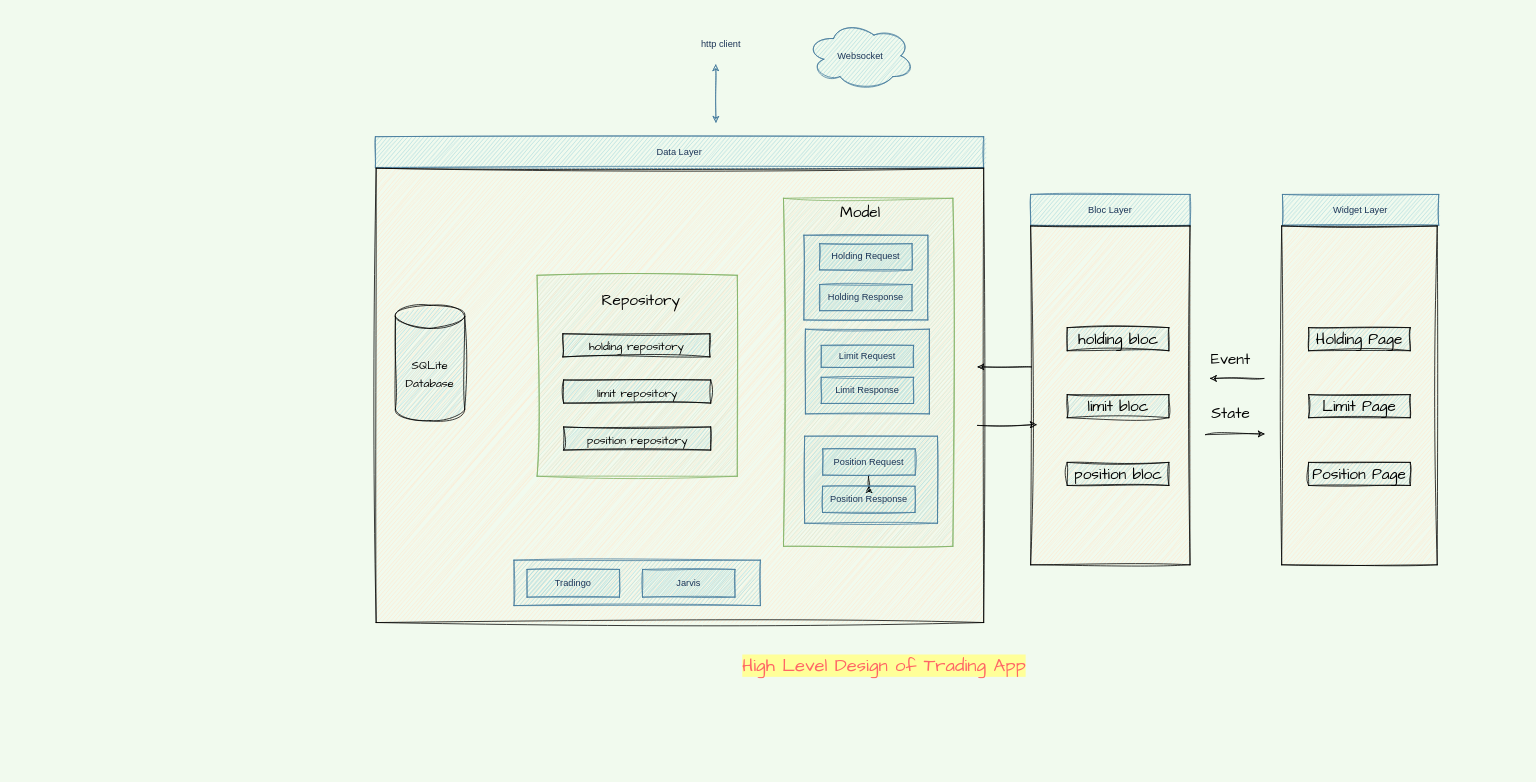
This is Diagram/Untitled Diagram.drawio from dheeraj-bhadoria/HLD-Trading-App, a draw.io file, before an edit. Source tidied: cells renumbered, new cells numbered last; positions are measured from the earlier drawing's top-left corner, leaving out a move shared by most shapes. Both pictures are drawn from the tidied source at 77%, with x=0, y=0 at pixel (336, 13).
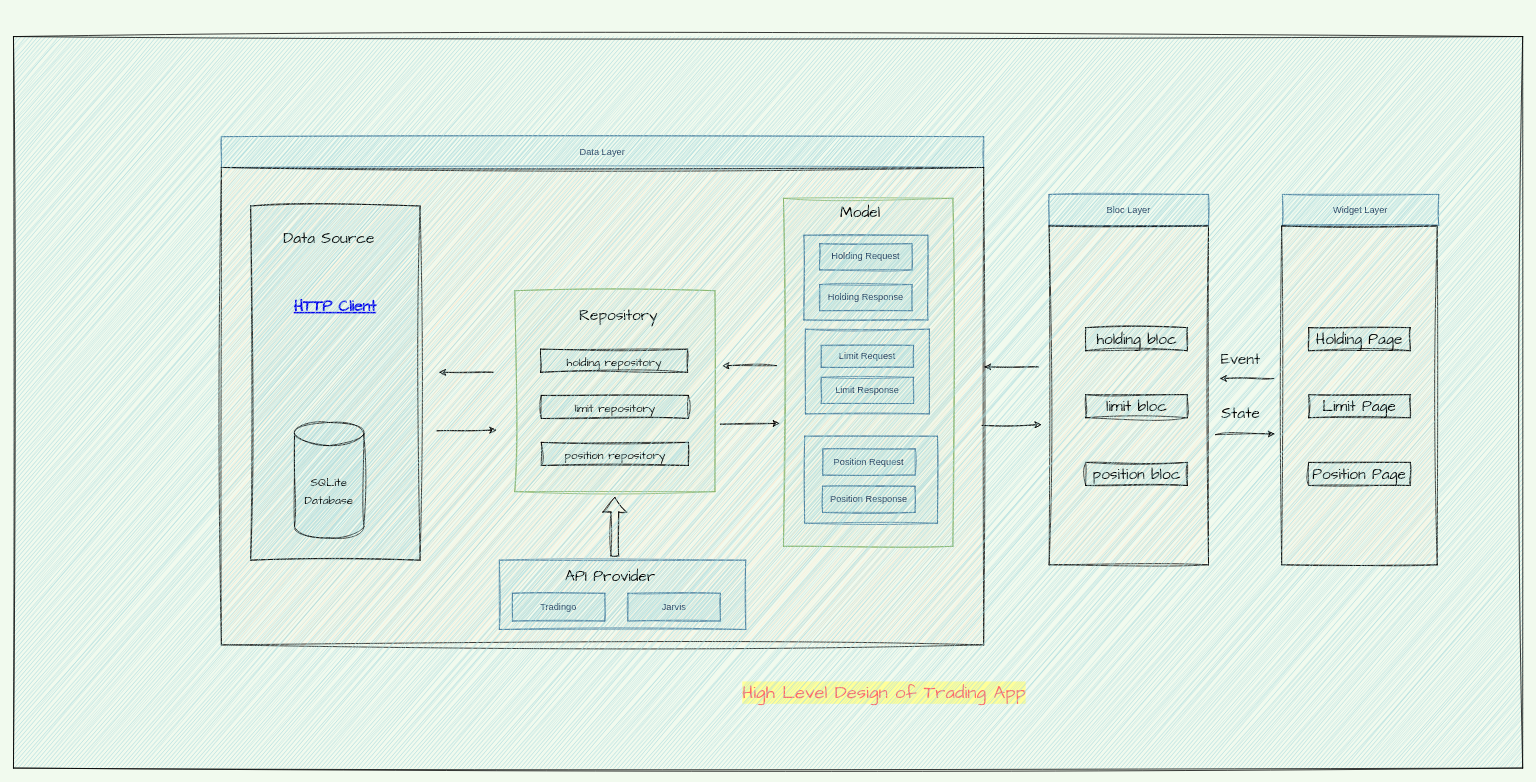
After the change.

Unchanged cells that the change refers to:
```xml
<mxCell id="38" value="Position Request " style="rounded=0;whiteSpace=wrap;html=1;fillColor=#A8DADC;strokeColor=#457B9D;fontColor=#1D3557;sketch=1;" parent="1" vertex="1">
  <mxGeometry x="631" y="565.5" width="120" height="34" as="geometry" />
</mxCell>
<mxCell id="44" value="Position Response " style="rounded=0;whiteSpace=wrap;html=1;fillColor=#A8DADC;strokeColor=#457B9D;fontColor=#1D3557;sketch=1;" parent="1" vertex="1">
  <mxGeometry x="630.8" y="614" width="120" height="34" as="geometry" />
</mxCell>
```

The edit, as a diff of the source:
```diff
@@
-    <mxCell id="2" style="endArrow=classic;startArrow=classic;html=1;rounded=0;labelBackgroundColor=#F1FAEE;strokeColor=#457B9D;fontColor=#1D3557;sketch=1;exitX=0.5;exitY=1;exitDx=0;exitDy=0;entryX=0.522;entryY=-0.1;entryDx=0;entryDy=0;entryPerimeter=0;" parent="1" edge="1">
-      <mxGeometry relative="1" as="geometry">
-        <mxPoint x="492" y="66" as="sourcePoint" />
-        <mxPoint x="492.3" y="142" as="targetPoint" />
-      </mxGeometry>
-    </mxCell>
@@
-    <mxCell id="4" value="http client" style="rounded=0;whiteSpace=wrap;html=1;fillColor=none;strokeColor=none;fontColor=#1D3557;sketch=1;" parent="1" vertex="1">
-      <mxGeometry x="439" y="10" width="120" height="60" as="geometry" />
-    </mxCell>
-    <mxCell id="5" value="Websocket" style="ellipse;shape=cloud;whiteSpace=wrap;html=1;fillColor=#A8DADC;strokeColor=#457B9D;fontColor=#1D3557;rounded=0;sketch=1;" parent="1" vertex="1">
-      <mxGeometry x="610" y="10" width="140" height="90" as="geometry" />
-    </mxCell>
@@
     <mxCell id="7" value="High Level Design of Trading App" style="text;html=1;strokeColor=none;fillColor=none;align=center;verticalAlign=middle;whiteSpace=wrap;rounded=0;dashed=1;labelBackgroundColor=#FFFF99;sketch=1;hachureGap=4;fontFamily=Architects Daughter;fontSize=24;fontColor=#FF6666;" parent="1" vertex="1">
-      <mxGeometry x="482" y="832" width="458" height="30" as="geometry" />
+      <mxGeometry x="482" y="867" width="458" height="30" as="geometry" />
     </mxCell>
@@
     <mxCell id="9" value="Bloc Layer" style="rounded=0;whiteSpace=wrap;html=1;fillColor=#A8DADC;strokeColor=#457B9D;fontColor=#1D3557;sketch=1;" parent="1" vertex="1">
-      <mxGeometry x="901" y="235" width="207" height="40" as="geometry" />
+      <mxGeometry x="925" y="235" width="207" height="40" as="geometry" />
     </mxCell>
     <mxCell id="10" style="rounded=0;whiteSpace=wrap;html=1;sketch=1;hachureGap=4;jiggle=2;curveFitting=1;fontFamily=Architects Daughter;fontSize=20;fillColor=#FFE6CC;" parent="1" vertex="1">
-      <mxGeometry x="901" y="276" width="207" height="440" as="geometry" />
+      <mxGeometry x="925" y="276" width="207" height="440" as="geometry" />
     </mxCell>
     <mxCell id="11" value="Data Layer" style="rounded=0;whiteSpace=wrap;html=1;fillColor=#A8DADC;strokeColor=#457B9D;fontColor=#1D3557;sketch=1;" parent="1" vertex="1">
-      <mxGeometry x="50" y="160" width="790" height="40" as="geometry" />
+      <mxGeometry x="-150" y="160" width="990" height="40" as="geometry" />
     </mxCell>
     <mxCell id="12" style="rounded=0;whiteSpace=wrap;html=1;sketch=1;hachureGap=4;jiggle=2;curveFitting=1;fontFamily=Architects Daughter;fontSize=20;fillColor=#FFE6CC;" parent="1" vertex="1">
-      <mxGeometry x="51" y="201" width="789" height="590" as="geometry" />
+      <mxGeometry x="-150" y="200" width="990" height="620" as="geometry" />
     </mxCell>
     <mxCell id="13" style="rounded=0;whiteSpace=wrap;html=1;fillColor=#A8DADC;strokeColor=#457B9D;fontColor=#1D3557;sketch=1;" parent="1" vertex="1">
-      <mxGeometry x="230" y="710" width="320" height="59" as="geometry" />
+      <mxGeometry x="211" y="710" width="320" height="90" as="geometry" />
     </mxCell>
     <mxCell id="14" value="Tradingo " style="rounded=0;whiteSpace=wrap;html=1;fillColor=#A8DADC;strokeColor=#457B9D;fontColor=#1D3557;sketch=1;" parent="1" vertex="1">
-      <mxGeometry x="247" y="722" width="120" height="36" as="geometry" />
+      <mxGeometry x="228" y="753" width="120" height="36" as="geometry" />
     </mxCell>
     <mxCell id="15" value="Jarvis" style="rounded=0;whiteSpace=wrap;html=1;fillColor=#A8DADC;strokeColor=#457B9D;fontColor=#1D3557;sketch=1;" parent="1" vertex="1">
-      <mxGeometry x="397" y="722" width="120" height="36" as="geometry" />
+      <mxGeometry x="378" y="753" width="120" height="36" as="geometry" />
     </mxCell>
     <mxCell id="16" style="endArrow=classic;html=1;rounded=0;sketch=1;hachureGap=4;jiggle=2;curveFitting=1;fontFamily=Architects Daughter;fontSize=16;" parent="1" edge="1">
       <mxGeometry relative="1" as="geometry">
-        <mxPoint x="832" y="535" as="sourcePoint" />
-        <mxPoint x="909" y="534" as="targetPoint" />
+        <mxPoint x="838" y="535" as="sourcePoint" />
+        <mxPoint x="915" y="534" as="targetPoint" />
       </mxGeometry>
     </mxCell>
     <mxCell id="17" style="endArrow=classic;html=1;rounded=0;sketch=1;hachureGap=4;jiggle=2;curveFitting=1;fontFamily=Architects Daughter;fontSize=16;entryX=1.015;entryY=0.34;entryDx=0;entryDy=0;entryPerimeter=0;" parent="1" edge="1">
       <mxGeometry relative="1" as="geometry">
-        <mxPoint x="902" y="459" as="sourcePoint" />
-        <mxPoint x="831.8" y="459" as="targetPoint" />
+        <mxPoint x="911" y="459" as="sourcePoint" />
+        <mxPoint x="840.8" y="459" as="targetPoint" />
       </mxGeometry>
     </mxCell>
     <mxCell id="18" style="endArrow=classic;html=1;rounded=0;sketch=1;hachureGap=4;jiggle=2;curveFitting=1;fontFamily=Architects Daughter;fontSize=16;" parent="1" edge="1">
       <mxGeometry relative="1" as="geometry">
-        <mxPoint x="1128" y="547" as="sourcePoint" />
-        <mxPoint x="1205" y="546" as="targetPoint" />
+        <mxPoint x="1141" y="547" as="sourcePoint" />
+        <mxPoint x="1218" y="546" as="targetPoint" />
       </mxGeometry>
     </mxCell>
     <mxCell id="19" style="endArrow=classic;html=1;rounded=0;sketch=1;hachureGap=4;jiggle=2;curveFitting=1;fontFamily=Architects Daughter;fontSize=16;entryX=1.015;entryY=0.34;entryDx=0;entryDy=0;entryPerimeter=0;" parent="1" edge="1">
       <mxGeometry relative="1" as="geometry">
-        <mxPoint x="1204" y="474" as="sourcePoint" />
-        <mxPoint x="1133.8" y="474" as="targetPoint" />
+        <mxPoint x="1217" y="474" as="sourcePoint" />
+        <mxPoint x="1146.8" y="474" as="targetPoint" />
       </mxGeometry>
     </mxCell>
     <mxCell id="20" value="Event" style="text;html=1;strokeColor=none;fillColor=none;align=center;verticalAlign=middle;whiteSpace=wrap;rounded=0;fontSize=20;fontFamily=Architects Daughter;" parent="1" vertex="1">
-      <mxGeometry x="1131" y="434" width="60" height="30" as="geometry" />
+      <mxGeometry x="1144" y="434" width="60" height="30" as="geometry" />
     </mxCell>
     <mxCell id="21" value="State" style="text;html=1;strokeColor=none;fillColor=none;align=center;verticalAlign=middle;whiteSpace=wrap;rounded=0;fontSize=20;fontFamily=Architects Daughter;" parent="1" vertex="1">
-      <mxGeometry x="1131" y="504" width="60" height="30" as="geometry" />
+      <mxGeometry x="1144" y="504" width="60" height="30" as="geometry" />
     </mxCell>
     <mxCell id="22" value="limit bloc" style="rounded=0;whiteSpace=wrap;html=1;sketch=1;hachureGap=4;jiggle=2;curveFitting=1;fontFamily=Architects Daughter;fontSize=20;fillColor=#A8DADC;" parent="1" vertex="1">
-      <mxGeometry x="948.5" y="495" width="132" height="30" as="geometry" />
+      <mxGeometry x="972.5" y="495" width="132" height="30" as="geometry" />
     </mxCell>
     <mxCell id="23" value="holding bloc" style="rounded=0;whiteSpace=wrap;html=1;sketch=1;hachureGap=4;jiggle=2;curveFitting=1;fontFamily=Architects Daughter;fontSize=20;fillColor=#A8DADC;" parent="1" vertex="1">
-      <mxGeometry x="948.5" y="408" width="132" height="30" as="geometry" />
+      <mxGeometry x="972.5" y="408" width="132" height="30" as="geometry" />
     </mxCell>
     <mxCell id="24" value="position bloc" style="rounded=0;whiteSpace=wrap;html=1;sketch=1;hachureGap=4;jiggle=2;curveFitting=1;fontFamily=Architects Daughter;fontSize=20;fillColor=#A8DADC;" parent="1" vertex="1">
-      <mxGeometry x="948.5" y="583" width="132" height="30" as="geometry" />
+      <mxGeometry x="972.5" y="583" width="132" height="30" as="geometry" />
     </mxCell>
@@
-    <mxCell id="28" value="&lt;font style=&quot;font-size: 15px;&quot;&gt;SQLite&lt;br&gt;Database&lt;/font&gt;" style="shape=cylinder3;whiteSpace=wrap;html=1;boundedLbl=1;backgroundOutline=1;size=15;sketch=1;hachureGap=4;jiggle=2;curveFitting=1;fontFamily=Architects Daughter;fontSize=20;fillColor=#A8DADC;" parent="1" vertex="1">
-      <mxGeometry x="76" y="379" width="90" height="150" as="geometry" />
-    </mxCell>
@@
-    <mxCell id="37" style="edgeStyle=orthogonalEdgeStyle;rounded=0;sketch=1;hachureGap=4;jiggle=2;curveFitting=1;jettySize=auto;html=1;fontFamily=Architects Daughter;fontSize=16;" parent="1" edge="1" source="38" target="44">
-      <mxGeometry relative="1" as="geometry" />
-    </mxCell>
@@
     <mxCell id="39" style="rounded=0;whiteSpace=wrap;html=1;sketch=1;hachureGap=4;jiggle=2;curveFitting=1;fontFamily=Architects Daughter;fontSize=20;fillColor=#d5e8d4;strokeColor=#82b366;" parent="1" vertex="1">
-      <mxGeometry x="260" y="340" width="260" height="261" as="geometry" />
+      <mxGeometry x="231" y="360" width="260" height="261" as="geometry" />
     </mxCell>
     <mxCell id="40" value="&lt;font style=&quot;font-size: 15px;&quot;&gt;holding repository&lt;/font&gt;" style="rounded=0;whiteSpace=wrap;html=1;sketch=1;hachureGap=4;jiggle=2;curveFitting=1;fontFamily=Architects Daughter;fontSize=20;fillColor=#A8DADC;" parent="1" vertex="1">
-      <mxGeometry x="293.5" y="416" width="191" height="30" as="geometry" />
+      <mxGeometry x="264.5" y="436" width="191" height="30" as="geometry" />
     </mxCell>
     <mxCell id="41" value="&lt;font style=&quot;font-size: 15px;&quot;&gt;limit repository&lt;/font&gt;" style="rounded=0;whiteSpace=wrap;html=1;sketch=1;hachureGap=4;jiggle=2;curveFitting=1;fontFamily=Architects Daughter;fontSize=20;fillColor=#A8DADC;" parent="1" vertex="1">
-      <mxGeometry x="294.5" y="476" width="191" height="30" as="geometry" />
+      <mxGeometry x="265.5" y="496" width="191" height="30" as="geometry" />
     </mxCell>
     <mxCell id="42" value="&lt;font style=&quot;font-size: 15px;&quot;&gt;position repository&lt;/font&gt;" style="rounded=0;whiteSpace=wrap;html=1;sketch=1;hachureGap=4;jiggle=2;curveFitting=1;fontFamily=Architects Daughter;fontSize=20;fillColor=#A8DADC;" parent="1" vertex="1">
-      <mxGeometry x="294.5" y="537" width="191" height="30" as="geometry" />
+      <mxGeometry x="265.5" y="557" width="191" height="30" as="geometry" />
     </mxCell>
     <mxCell id="43" value="Repository" style="text;html=1;strokeColor=none;fillColor=none;align=center;verticalAlign=middle;whiteSpace=wrap;rounded=0;fontSize=20;fontFamily=Architects Daughter;" parent="1" vertex="1">
-      <mxGeometry x="365" y="357" width="60" height="30" as="geometry" />
+      <mxGeometry x="336" y="377" width="60" height="30" as="geometry" />
     </mxCell>
@@
+    <mxCell id="46" style="endArrow=classic;html=1;rounded=0;sketch=1;hachureGap=4;jiggle=2;curveFitting=1;fontFamily=Architects Daughter;fontSize=16;" parent="1" edge="1">
+      <mxGeometry relative="1" as="geometry">
+        <mxPoint x="498" y="533.4" as="sourcePoint" />
+        <mxPoint x="575" y="532.4" as="targetPoint" />
+      </mxGeometry>
+    </mxCell>
+    <mxCell id="47" style="endArrow=classic;html=1;rounded=0;sketch=1;hachureGap=4;jiggle=2;curveFitting=1;fontFamily=Architects Daughter;fontSize=16;entryX=1.015;entryY=0.34;entryDx=0;entryDy=0;entryPerimeter=0;" parent="1" edge="1">
+      <mxGeometry relative="1" as="geometry">
+        <mxPoint x="571" y="457.4" as="sourcePoint" />
+        <mxPoint x="500.8" y="457.4" as="targetPoint" />
+      </mxGeometry>
+    </mxCell>
+    <mxCell id="48" style="shape=flexArrow;endArrow=classic;html=1;rounded=0;sketch=1;hachureGap=4;jiggle=2;curveFitting=1;fontFamily=Architects Daughter;fontSize=16;entryX=0.5;entryY=1;entryDx=0;entryDy=0;" parent="1" edge="1">
+      <mxGeometry relative="1" as="geometry">
+        <mxPoint x="361" y="705" as="sourcePoint" />
+        <mxPoint x="361" y="628" as="targetPoint" />
+      </mxGeometry>
+    </mxCell>
+    <mxCell id="49" value="API Provider" style="text;html=1;strokeColor=none;fillColor=none;align=center;verticalAlign=middle;whiteSpace=wrap;rounded=0;fontSize=20;fontFamily=Architects Daughter;" parent="1" vertex="1">
+      <mxGeometry x="231" y="716" width="249" height="30" as="geometry" />
+    </mxCell>
+    <mxCell id="50" style="rounded=0;whiteSpace=wrap;html=1;sketch=1;hachureGap=4;jiggle=2;curveFitting=1;fontFamily=Architects Daughter;fontSize=20;fillColor=#A8DADC;" parent="1" vertex="1">
+      <mxGeometry x="-112" y="250" width="220" height="460" as="geometry" />
+    </mxCell>
+    <mxCell id="28" value="&lt;font style=&quot;font-size: 15px;&quot;&gt;SQLite&lt;br&gt;Database&lt;/font&gt;" style="shape=cylinder3;whiteSpace=wrap;html=1;boundedLbl=1;backgroundOutline=1;size=15;sketch=1;hachureGap=4;jiggle=2;curveFitting=1;fontFamily=Architects Daughter;fontSize=20;fillColor=#A8DADC;" parent="1" vertex="1">
+      <mxGeometry x="-55" y="531.2" width="90" height="150" as="geometry" />
+    </mxCell>
+    <mxCell id="51" value="&lt;a href=&quot;HTTP Client&quot;&gt;&lt;b&gt;HTTP Client&lt;br&gt;&lt;/b&gt;&lt;/a&gt;" style="text;html=1;strokeColor=none;fillColor=none;align=center;verticalAlign=middle;whiteSpace=wrap;rounded=0;fontSize=20;fontFamily=Architects Daughter;" parent="1" vertex="1">
+      <mxGeometry x="-82" y="356.8" width="160" height="47" as="geometry" />
+    </mxCell>
+    <mxCell id="52" style="endArrow=classic;html=1;rounded=0;sketch=1;hachureGap=4;jiggle=2;curveFitting=1;fontFamily=Architects Daughter;fontSize=16;" parent="1" edge="1">
+      <mxGeometry relative="1" as="geometry">
+        <mxPoint x="130" y="542" as="sourcePoint" />
+        <mxPoint x="207" y="541" as="targetPoint" />
+      </mxGeometry>
+    </mxCell>
+    <mxCell id="53" style="endArrow=classic;html=1;rounded=0;sketch=1;hachureGap=4;jiggle=2;curveFitting=1;fontFamily=Architects Daughter;fontSize=16;entryX=1.015;entryY=0.34;entryDx=0;entryDy=0;entryPerimeter=0;" parent="1" edge="1">
+      <mxGeometry relative="1" as="geometry">
+        <mxPoint x="203" y="466" as="sourcePoint" />
+        <mxPoint x="132.8" y="466" as="targetPoint" />
+      </mxGeometry>
+    </mxCell>
+    <mxCell id="54" value="Data Source" style="text;html=1;strokeColor=none;fillColor=none;align=center;verticalAlign=middle;whiteSpace=wrap;rounded=0;fontSize=20;fontFamily=Architects Daughter;" parent="1" vertex="1">
+      <mxGeometry x="-90" y="276" width="160" height="30" as="geometry" />
+    </mxCell>
+    <mxCell id="55" style="rounded=0;whiteSpace=wrap;html=1;sketch=1;hachureGap=4;jiggle=2;curveFitting=1;fontFamily=Architects Daughter;fontSize=20;fillColor=#A8DADC;" parent="1" vertex="1">
+      <mxGeometry x="-420" y="30" width="1960" height="950" as="geometry" />
+    </mxCell>
```
